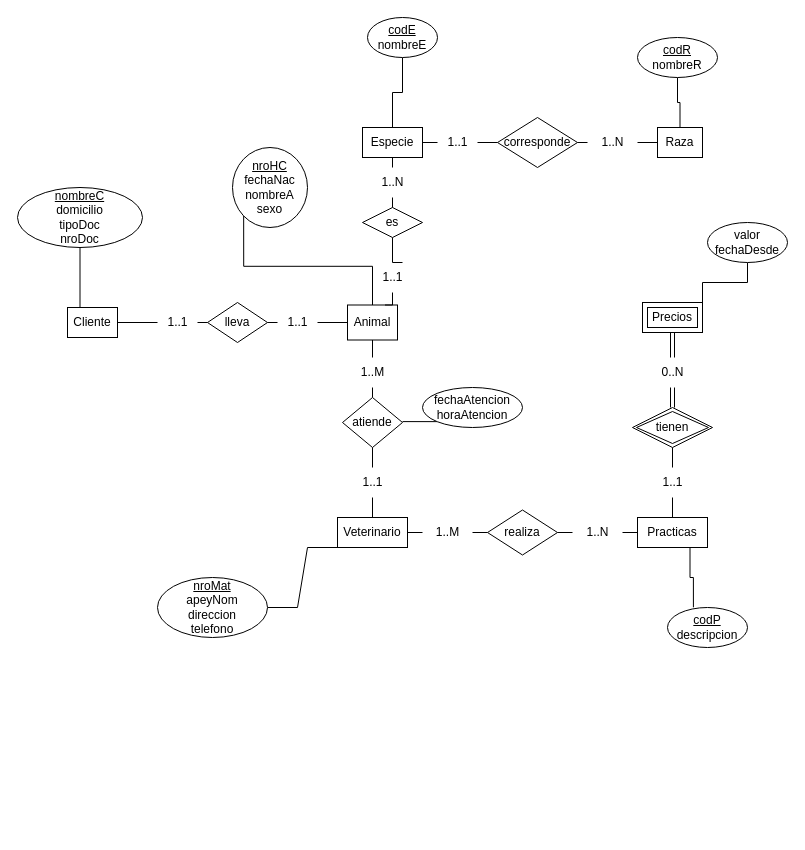
Above: veterinaria.drawio in santisabb/ejercicios-base_de_datos (draw.io), before the change. Source tidied: cells renumbered, new cells numbered last; positions are measured from the earlier drawing's top-left corner, leaving out a move shared by most shapes. Both pictures are drawn from the tidied source at 100%, with x=0, y=0 at pixel (17, 17).
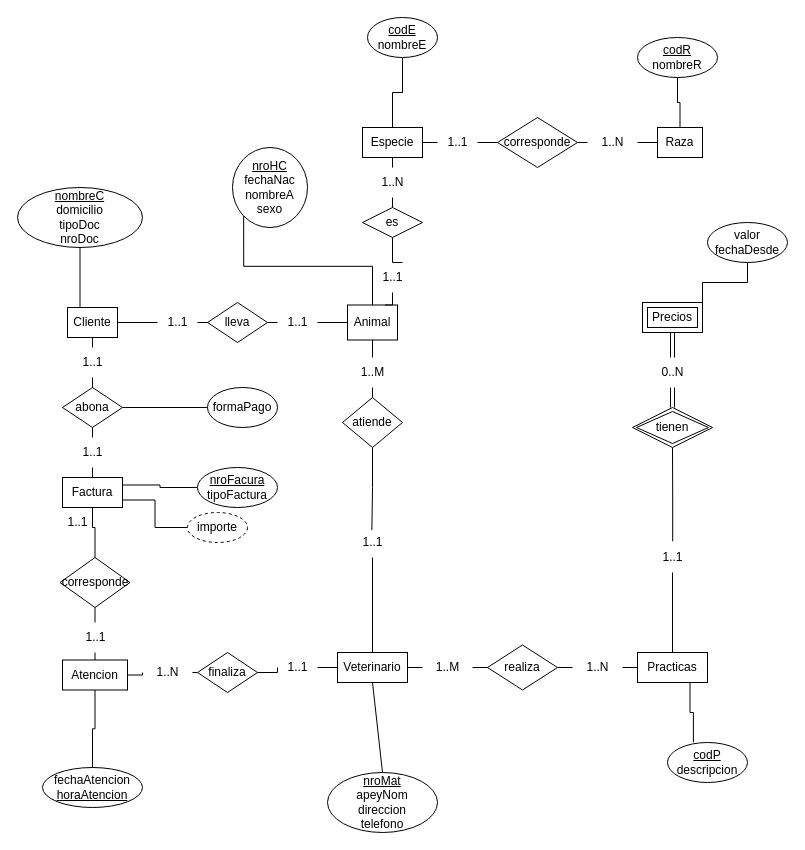
After the change.

Unchanged cells that the change refers to:
```xml
<mxCell id="3" value="Cliente" style="whiteSpace=wrap;html=1;align=center;" parent="1" vertex="1">
  <mxGeometry x="50" y="290" width="50" height="30" as="geometry" />
</mxCell>
<mxCell id="20" value="atiende" style="shape=rhombus;perimeter=rhombusPerimeter;whiteSpace=wrap;html=1;align=center;" parent="1" vertex="1">
  <mxGeometry x="325" y="380" width="60" height="50" as="geometry" />
</mxCell>
<mxCell id="56" value="tienen" style="shape=rhombus;double=1;perimeter=rhombusPerimeter;whiteSpace=wrap;html=1;align=center;" parent="1" vertex="1">
  <mxGeometry x="615" y="390" width="80" height="40" as="geometry" />
</mxCell>
```

Diff of the diagram source:
```diff
@@
-    <mxCell id="5" style="edgeStyle=orthogonalEdgeStyle;rounded=0;jettySize=auto;html=1;exitX=0.5;exitY=0;exitDx=0;exitDy=0;entryX=0.5;entryY=1;entryDx=0;entryDy=0;endArrow=none;endFill=0;" parent="1" edge="1" source="60" target="56">
+    <mxCell id="5" style="edgeStyle=orthogonalEdgeStyle;rounded=0;jettySize=auto;html=1;exitX=0.505;exitY=-0.04;exitDx=0;exitDy=0;entryX=0.5;entryY=1;entryDx=0;entryDy=0;endArrow=none;endFill=0;exitPerimeter=0;" parent="1" edge="1" source="60" target="56">
       <mxGeometry relative="1" as="geometry" />
     </mxCell>
     <mxCell id="6" value="Practicas" style="whiteSpace=wrap;html=1;align=center;" parent="1" vertex="1">
-      <mxGeometry x="620" y="500" width="70" height="30" as="geometry" />
+      <mxGeometry x="620" y="635" width="70" height="30" as="geometry" />
     </mxCell>
@@
-    <mxCell id="12" style="edgeStyle=entityRelationEdgeStyle;rounded=0;jettySize=auto;html=1;exitX=0;exitY=1;exitDx=0;exitDy=0;entryX=1;entryY=0.5;entryDx=0;entryDy=0;endArrow=none;endFill=0;" parent="1" edge="1" source="13" target="35">
+    <mxCell id="12" style="rounded=0;jettySize=auto;html=1;entryX=0.5;entryY=0;entryDx=0;entryDy=0;endArrow=none;endFill=0;exitX=0.5;exitY=1;exitDx=0;exitDy=0;" parent="1" edge="1" source="13" target="35">
       <mxGeometry relative="1" as="geometry" />
     </mxCell>
     <mxCell id="13" value="Veterinario" style="whiteSpace=wrap;html=1;align=center;" parent="1" vertex="1">
-      <mxGeometry x="320" y="500" width="70" height="30" as="geometry" />
+      <mxGeometry x="320" y="635" width="70" height="30" as="geometry" />
     </mxCell>
@@
-    <mxCell id="23" style="edgeStyle=orthogonalEdgeStyle;rounded=0;jettySize=auto;html=1;exitX=0.5;exitY=1;exitDx=0;exitDy=0;entryX=0.5;entryY=0;entryDx=0;entryDy=0;endArrow=none;endFill=0;" parent="1" edge="1" source="20" target="24">
+    <mxCell id="23" style="edgeStyle=orthogonalEdgeStyle;rounded=0;jettySize=auto;html=1;exitX=0.5;exitY=1;exitDx=0;exitDy=0;entryX=0.485;entryY=0.087;entryDx=0;entryDy=0;endArrow=none;endFill=0;entryPerimeter=0;" parent="1" edge="1" source="20" target="24">
       <mxGeometry relative="1" as="geometry" />
     </mxCell>
     <mxCell id="24" value="1..1" style="text;html=1;align=center;verticalAlign=middle;points=[];strokeColor=none;fillColor=none;" parent="1" vertex="1">
-      <mxGeometry x="335" y="450" width="40" height="30" as="geometry" />
+      <mxGeometry x="335" y="510" width="40" height="30" as="geometry" />
     </mxCell>
@@
     <mxCell id="28" value="realiza" style="shape=rhombus;perimeter=rhombusPerimeter;whiteSpace=wrap;html=1;align=center;" parent="1" vertex="1">
-      <mxGeometry x="470" y="492.5" width="70" height="45" as="geometry" />
+      <mxGeometry x="470" y="627.5" width="70" height="45" as="geometry" />
     </mxCell>
@@
     <mxCell id="30" value="1..M" style="text;html=1;align=center;verticalAlign=middle;points=[];strokeColor=none;fillColor=none;" parent="1" vertex="1">
-      <mxGeometry x="405" y="500" width="50" height="30" as="geometry" />
+      <mxGeometry x="405" y="635" width="50" height="30" as="geometry" />
     </mxCell>
@@
     <mxCell id="32" value="1..N" style="text;html=1;align=center;verticalAlign=middle;points=[];strokeColor=none;fillColor=none;" parent="1" vertex="1">
-      <mxGeometry x="555" y="500" width="50" height="30" as="geometry" />
+      <mxGeometry x="555" y="635" width="50" height="30" as="geometry" />
     </mxCell>
@@
     <mxCell id="35" value="&lt;u&gt;nroMat&lt;/u&gt;&lt;br&gt;apeyNom&lt;br&gt;direccion&lt;br&gt;telefono" style="ellipse;whiteSpace=wrap;html=1;align=center;" parent="1" vertex="1">
-      <mxGeometry x="140" y="560" width="110" height="60" as="geometry" />
+      <mxGeometry x="310" y="755" width="110" height="60" as="geometry" />
     </mxCell>
     <mxCell id="36" value="&lt;u&gt;codP&lt;/u&gt;&lt;br&gt;descripcion" style="ellipse;whiteSpace=wrap;html=1;align=center;" parent="1" vertex="1">
-      <mxGeometry x="650" y="590" width="80" height="40" as="geometry" />
+      <mxGeometry x="650" y="725" width="80" height="40" as="geometry" />
     </mxCell>
-    <mxCell id="37" style="edgeStyle=orthogonalEdgeStyle;rounded=0;jettySize=auto;html=1;exitX=0;exitY=1;exitDx=0;exitDy=0;entryX=1;entryY=0.5;entryDx=0;entryDy=0;endArrow=none;endFill=0;" parent="1" edge="1" source="38" target="20">
-      <mxGeometry relative="1" as="geometry" />
-    </mxCell>
-    <mxCell id="38" value="fechaAtencion&lt;br&gt;horaAtencion" style="ellipse;whiteSpace=wrap;html=1;align=center;" parent="1" vertex="1">
-      <mxGeometry x="405" y="370" width="100" height="40" as="geometry" />
+    <mxCell id="38" value="fechaAtencion&lt;br&gt;&lt;u&gt;horaAtencion&lt;/u&gt;" style="ellipse;whiteSpace=wrap;html=1;align=center;" parent="1" vertex="1">
+      <mxGeometry x="25" y="750" width="100" height="40" as="geometry" />
     </mxCell>
@@
     <mxCell id="60" value="1..1" style="text;html=1;align=center;verticalAlign=middle;points=[];strokeColor=none;fillColor=none;" parent="1" vertex="1">
-      <mxGeometry x="635" y="450" width="40" height="30" as="geometry" />
+      <mxGeometry x="635" y="525" width="40" height="30" as="geometry" />
     </mxCell>
@@
+    <mxCell id="67" style="edgeStyle=orthogonalEdgeStyle;rounded=0;jettySize=auto;html=1;exitX=0.5;exitY=1;exitDx=0;exitDy=0;endArrow=none;endFill=0;" parent="1" edge="1" source="70" target="38">
+      <mxGeometry relative="1" as="geometry" />
+    </mxCell>
+    <mxCell id="68" style="edgeStyle=orthogonalEdgeStyle;rounded=0;jettySize=auto;html=1;exitX=0.5;exitY=0;exitDx=0;exitDy=0;entryX=0.5;entryY=1;entryDx=0;entryDy=0;endArrow=none;endFill=0;" parent="1" edge="1" source="89" target="73">
+      <mxGeometry relative="1" as="geometry" />
+    </mxCell>
+    <mxCell id="69" style="edgeStyle=orthogonalEdgeStyle;rounded=0;jettySize=auto;html=1;exitX=1;exitY=0.5;exitDx=0;exitDy=0;entryX=0;entryY=0.5;entryDx=0;entryDy=0;endArrow=none;endFill=0;" parent="1" edge="1" source="91" target="79">
+      <mxGeometry relative="1" as="geometry" />
+    </mxCell>
+    <mxCell id="70" value="Atencion" style="whiteSpace=wrap;html=1;align=center;" parent="1" vertex="1">
+      <mxGeometry x="45" y="642.5" width="65" height="30" as="geometry" />
+    </mxCell>
+    <mxCell id="71" value="Factura" style="whiteSpace=wrap;html=1;align=center;" parent="1" vertex="1">
+      <mxGeometry x="45" y="460" width="60" height="30" as="geometry" />
+    </mxCell>
+    <mxCell id="72" style="edgeStyle=orthogonalEdgeStyle;rounded=0;jettySize=auto;html=1;exitX=0.5;exitY=0;exitDx=0;exitDy=0;entryX=0.5;entryY=1;entryDx=0;entryDy=0;endArrow=none;endFill=0;" parent="1" edge="1" source="73" target="71">
+      <mxGeometry relative="1" as="geometry">
+        <Array as="points">
+          <mxPoint x="78" y="510" />
+          <mxPoint x="75" y="510" />
+        </Array>
+      </mxGeometry>
+    </mxCell>
+    <mxCell id="73" value="corresponde" style="shape=rhombus;perimeter=rhombusPerimeter;whiteSpace=wrap;html=1;align=center;" parent="1" vertex="1">
+      <mxGeometry x="42.5" y="540" width="70" height="50" as="geometry" />
+    </mxCell>
+    <mxCell id="74" style="edgeStyle=orthogonalEdgeStyle;rounded=0;jettySize=auto;html=1;exitX=0.5;exitY=0;exitDx=0;exitDy=0;entryX=0.5;entryY=1;entryDx=0;entryDy=0;endArrow=none;endFill=0;" parent="1" edge="1" source="95" target="3">
+      <mxGeometry relative="1" as="geometry" />
+    </mxCell>
+    <mxCell id="75" style="edgeStyle=orthogonalEdgeStyle;rounded=0;jettySize=auto;html=1;exitX=0.5;exitY=1;exitDx=0;exitDy=0;entryX=0.5;entryY=0;entryDx=0;entryDy=0;endArrow=none;endFill=0;" parent="1" edge="1" source="86" target="71">
+      <mxGeometry relative="1" as="geometry" />
+    </mxCell>
+    <mxCell id="76" style="edgeStyle=orthogonalEdgeStyle;rounded=0;jettySize=auto;html=1;exitX=1;exitY=0.5;exitDx=0;exitDy=0;entryX=0;entryY=0.5;entryDx=0;entryDy=0;endArrow=none;endFill=0;" parent="1" edge="1" source="77" target="84">
+      <mxGeometry relative="1" as="geometry" />
+    </mxCell>
+    <mxCell id="77" value="abona" style="shape=rhombus;perimeter=rhombusPerimeter;whiteSpace=wrap;html=1;align=center;" parent="1" vertex="1">
+      <mxGeometry x="45" y="370" width="60" height="40" as="geometry" />
+    </mxCell>
+    <mxCell id="78" style="edgeStyle=orthogonalEdgeStyle;rounded=0;jettySize=auto;html=1;exitX=1;exitY=0.5;exitDx=0;exitDy=0;entryX=0;entryY=0.5;entryDx=0;entryDy=0;endArrow=none;endFill=0;" parent="1" edge="1" source="93" target="13">
+      <mxGeometry relative="1" as="geometry" />
+    </mxCell>
+    <mxCell id="79" value="finaliza" style="shape=rhombus;perimeter=rhombusPerimeter;whiteSpace=wrap;html=1;align=center;" parent="1" vertex="1">
+      <mxGeometry x="180" y="635" width="60" height="40" as="geometry" />
+    </mxCell>
+    <mxCell id="80" style="edgeStyle=orthogonalEdgeStyle;rounded=0;jettySize=auto;html=1;exitX=0;exitY=0.5;exitDx=0;exitDy=0;entryX=1;entryY=0.25;entryDx=0;entryDy=0;endArrow=none;endFill=0;" parent="1" edge="1" source="81" target="71">
+      <mxGeometry relative="1" as="geometry" />
+    </mxCell>
+    <mxCell id="81" value="&lt;u&gt;nroFacura&lt;/u&gt;&lt;br&gt;tipoFactura" style="ellipse;whiteSpace=wrap;html=1;align=center;" parent="1" vertex="1">
+      <mxGeometry x="180" y="450" width="80" height="40" as="geometry" />
+    </mxCell>
+    <mxCell id="82" style="edgeStyle=orthogonalEdgeStyle;rounded=0;jettySize=auto;html=1;exitX=0;exitY=0.5;exitDx=0;exitDy=0;entryX=1;entryY=0.75;entryDx=0;entryDy=0;endArrow=none;endFill=0;" parent="1" edge="1" source="83" target="71">
+      <mxGeometry relative="1" as="geometry" />
+    </mxCell>
+    <mxCell id="83" value="importe" style="ellipse;whiteSpace=wrap;html=1;align=center;dashed=1;" parent="1" vertex="1">
+      <mxGeometry x="170" y="495" width="60" height="30" as="geometry" />
+    </mxCell>
+    <mxCell id="84" value="formaPago" style="ellipse;whiteSpace=wrap;html=1;align=center;" parent="1" vertex="1">
+      <mxGeometry x="190" y="370" width="70" height="40" as="geometry" />
+    </mxCell>
+    <mxCell id="85" style="edgeStyle=orthogonalEdgeStyle;rounded=0;jettySize=auto;html=1;exitX=0.5;exitY=1;exitDx=0;exitDy=0;entryX=0.5;entryY=0;entryDx=0;entryDy=0;endArrow=none;endFill=0;" parent="1" edge="1" source="77" target="86">
+      <mxGeometry relative="1" as="geometry" />
+    </mxCell>
+    <mxCell id="86" value="1..1" style="text;html=1;align=center;verticalAlign=middle;points=[];strokeColor=none;fillColor=none;" parent="1" vertex="1">
+      <mxGeometry x="55" y="420" width="40" height="30" as="geometry" />
+    </mxCell>
+    <mxCell id="87" value="1..1" style="text;html=1;align=center;verticalAlign=middle;strokeColor=none;fillColor=none;" parent="1" vertex="1">
+      <mxGeometry x="40" y="490" width="40" height="30" as="geometry" />
+    </mxCell>
+    <mxCell id="88" style="edgeStyle=orthogonalEdgeStyle;rounded=0;jettySize=auto;html=1;exitX=0.5;exitY=0;exitDx=0;exitDy=0;entryX=0.5;entryY=1;entryDx=0;entryDy=0;endArrow=none;endFill=0;" parent="1" edge="1" source="70" target="89">
+      <mxGeometry relative="1" as="geometry" />
+    </mxCell>
+    <mxCell id="89" value="1..1" style="text;html=1;align=center;verticalAlign=middle;points=[];strokeColor=none;fillColor=none;" parent="1" vertex="1">
+      <mxGeometry x="57.5" y="605" width="40" height="30" as="geometry" />
+    </mxCell>
+    <mxCell id="90" style="edgeStyle=orthogonalEdgeStyle;rounded=0;jettySize=auto;html=1;exitX=1;exitY=0.5;exitDx=0;exitDy=0;entryX=0;entryY=0.5;entryDx=0;entryDy=0;endArrow=none;endFill=0;" parent="1" edge="1" source="70" target="91">
+      <mxGeometry relative="1" as="geometry" />
+    </mxCell>
+    <mxCell id="91" value="1..N" style="text;html=1;align=center;verticalAlign=middle;points=[];strokeColor=none;fillColor=none;" parent="1" vertex="1">
+      <mxGeometry x="125" y="640" width="50" height="30" as="geometry" />
+    </mxCell>
+    <mxCell id="92" style="edgeStyle=orthogonalEdgeStyle;rounded=0;jettySize=auto;html=1;exitX=1;exitY=0.5;exitDx=0;exitDy=0;entryX=0;entryY=0.5;entryDx=0;entryDy=0;endArrow=none;endFill=0;" parent="1" edge="1" source="79" target="93">
+      <mxGeometry relative="1" as="geometry" />
+    </mxCell>
+    <mxCell id="93" value="1..1" style="text;html=1;align=center;verticalAlign=middle;points=[];strokeColor=none;fillColor=none;" parent="1" vertex="1">
+      <mxGeometry x="260" y="635" width="40" height="30" as="geometry" />
+    </mxCell>
+    <mxCell id="94" style="edgeStyle=orthogonalEdgeStyle;rounded=0;jettySize=auto;html=1;exitX=0.5;exitY=0;exitDx=0;exitDy=0;entryX=0.5;entryY=1;entryDx=0;entryDy=0;endArrow=none;endFill=0;" parent="1" edge="1" source="77" target="95">
+      <mxGeometry relative="1" as="geometry" />
+    </mxCell>
+    <mxCell id="95" value="1..1" style="text;html=1;align=center;verticalAlign=middle;points=[];strokeColor=none;fillColor=none;" parent="1" vertex="1">
+      <mxGeometry x="55" y="330" width="40" height="30" as="geometry" />
+    </mxCell>
```
